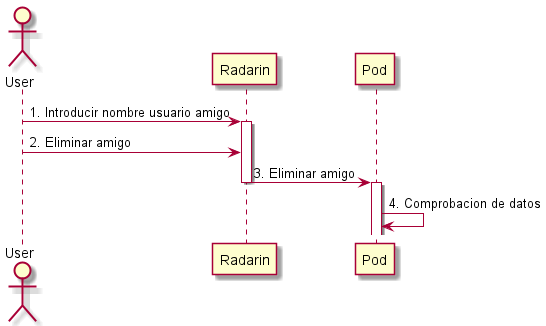
Arquisoft/radarin_es6b keeps this PlantUML diagram as webapp/docs/images/delete_friend.png. Above is the earlier version. Source of this version:
```plantuml
@startuml
actor User
User -> Radarin: 1. Introducir nombre usuario amigo
activate Radarin
User -> Radarin: 2. Eliminar amigo
Radarin -> Pod: 3. Eliminar amigo
deactivate Radarin
activate Pod
Pod -> Pod: 4. Comprobacion de datos
@enduml
```
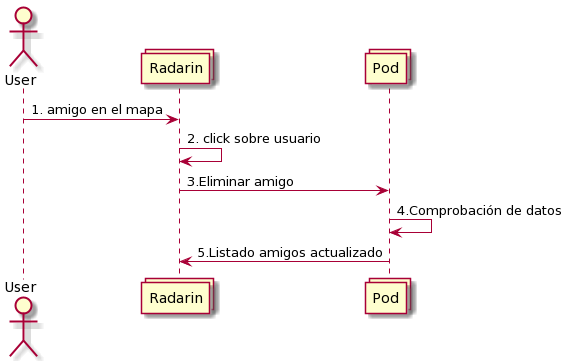
Later version of the same file.

Commit message:
Actualizacion pto.6 documentacion

What changed in the source:
```diff
@@ -1,10 +1,10 @@
 @startuml
 actor User
-User -> Radarin: 1. Introducir nombre usuario amigo
-activate Radarin
-User -> Radarin: 2. Eliminar amigo
-Radarin -> Pod: 3. Eliminar amigo
-deactivate Radarin
-activate Pod
-Pod -> Pod: 4. Comprobacion de datos
+collections Radarin
+collections Pod
+User-> Radarin : 1. amigo en el mapa
+Radarin -> Radarin : 2. click sobre usuario
+Radarin -> Pod : 3.Eliminar amigo
+Pod -> Pod : 4.Comprobación de datos
+Pod -> Radarin : 5.Listado amigos actualizado
 @enduml
```
